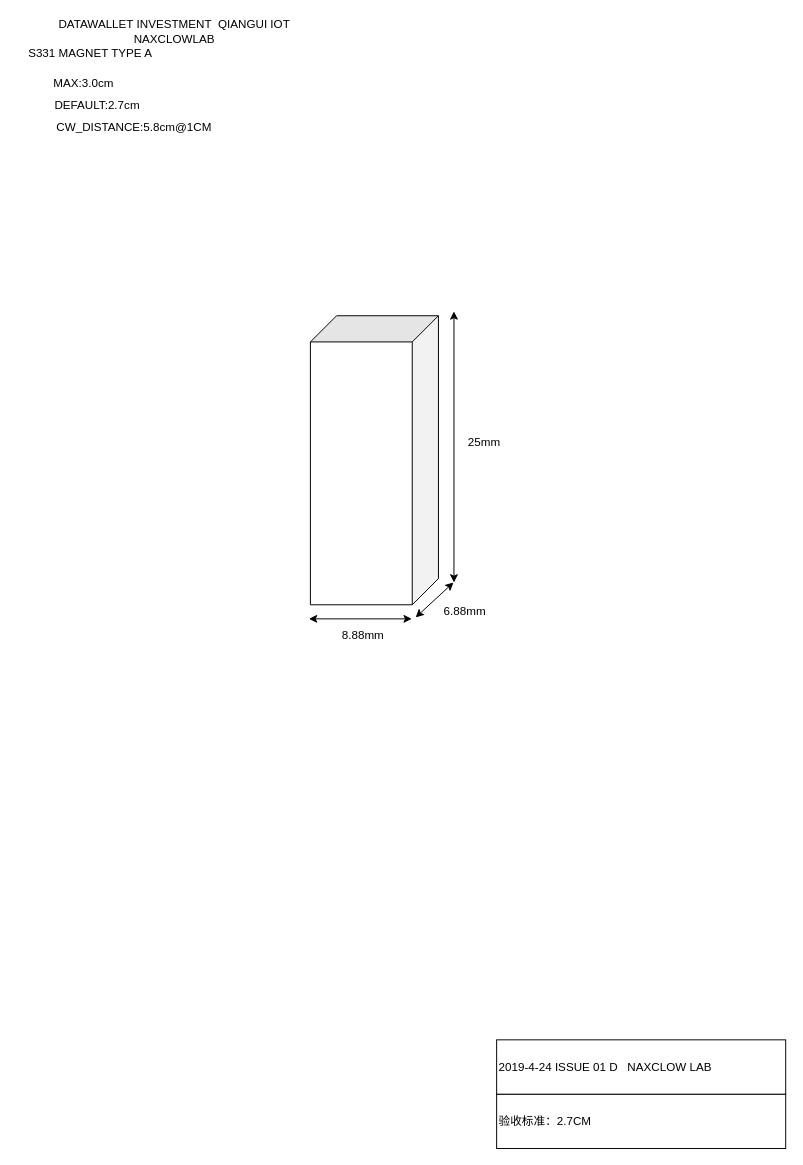
svija/pubsub keeps this draw.io diagram as S331_MAGNET.drawio. Above is the earlier version. Source tidied: cells renumbered, new cells numbered last; positions are measured from the earlier drawing's top-left corner, leaving out a move shared by most shapes. Both pictures are drawn from the tidied source at 97%, with x=0, y=0 at pixel (16, 26).
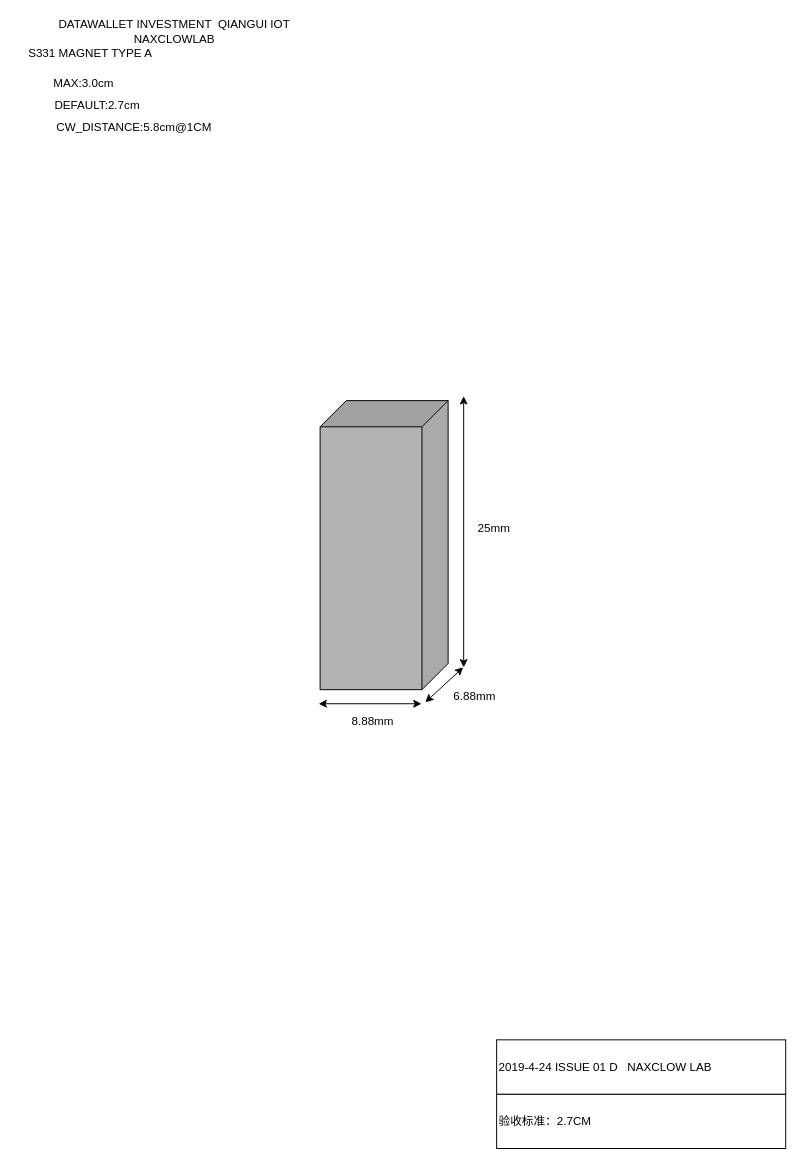
The same page after the edit.

The edit, as a diff of the source:
```diff
@@
 <mxGraphModel background="#ffffff">
   <root>
     <mxCell id="0" />
     <mxCell id="1" parent="0" />
-    <mxCell id="2" style="shape=cube;whiteSpace=wrap;html=1;boundedLbl=1;backgroundOutline=1;darkOpacity=0.05;darkOpacity2=0.1;rotation=90;size=27;" parent="1" vertex="1">
-      <mxGeometry x="219.5" y="381" width="298" height="132" as="geometry" />
+    <mxCell id="2" style="shape=cube;whiteSpace=wrap;html=1;boundedLbl=1;backgroundOutline=1;darkOpacity=0.05;darkOpacity2=0.1;rotation=90;size=27;strokeColor=#000000;fillColor=#B3B3B3;" parent="1" vertex="1">
+      <mxGeometry x="229.5" y="468.5" width="298" height="132" as="geometry" />
     </mxCell>
     <mxCell id="3" style="endArrow=classic;startArrow=classic;html=1;" parent="1" edge="1">
       <mxGeometry relative="1" as="geometry">
-        <mxPoint x="301" y="610.5" as="sourcePoint" />
-        <mxPoint x="407" y="610.5" as="targetPoint" />
+        <mxPoint x="311" y="698" as="sourcePoint" />
+        <mxPoint x="417" y="698" as="targetPoint" />
       </mxGeometry>
     </mxCell>
     <mxCell id="4" style="endArrow=classic;startArrow=classic;html=1;" parent="1" edge="1">
       <mxGeometry relative="1" as="geometry">
-        <mxPoint x="411" y="609" as="sourcePoint" />
-        <mxPoint x="450" y="573" as="targetPoint" />
+        <mxPoint x="421" y="696.5" as="sourcePoint" />
+        <mxPoint x="460" y="660.5" as="targetPoint" />
       </mxGeometry>
     </mxCell>
     <mxCell id="5" style="endArrow=classic;startArrow=classic;html=1;" parent="1" edge="1">
       <mxGeometry relative="1" as="geometry">
-        <mxPoint x="450.5" y="573" as="sourcePoint" />
-        <mxPoint x="450.5" y="293.5" as="targetPoint" />
+        <mxPoint x="460.5" y="660.5" as="sourcePoint" />
+        <mxPoint x="460.5" y="381" as="targetPoint" />
       </mxGeometry>
     </mxCell>
     <mxCell id="6" value="8.88mm" style="text;html=1;strokeColor=none;fillColor=none;align=center;verticalAlign=middle;whiteSpace=wrap;rounded=0;" parent="1" vertex="1">
-      <mxGeometry x="336.5" y="618" width="40" height="20" as="geometry" />
+      <mxGeometry x="346.5" y="705.5" width="40" height="20" as="geometry" />
     </mxCell>
     <mxCell id="7" value="6.88mm" style="text;html=1;strokeColor=none;fillColor=none;align=center;verticalAlign=middle;whiteSpace=wrap;rounded=0;" parent="1" vertex="1">
-      <mxGeometry x="442" y="593" width="40" height="20" as="geometry" />
+      <mxGeometry x="452" y="680.5" width="40" height="20" as="geometry" />
     </mxCell>
     <mxCell id="8" value="25mm" style="text;html=1;strokeColor=none;fillColor=none;align=center;verticalAlign=middle;whiteSpace=wrap;rounded=0;" parent="1" vertex="1">
-      <mxGeometry x="462" y="419" width="40" height="20" as="geometry" />
+      <mxGeometry x="472" y="506.5" width="40" height="20" as="geometry" />
     </mxCell>
     <mxCell id="9" value="DATAWALLET INVESTMENT&amp;nbsp; QIANGUI IOT NAXCLOWLAB" style="text;html=1;strokeColor=none;fillColor=none;align=center;verticalAlign=middle;whiteSpace=wrap;rounded=0;" parent="1" vertex="1">
       <mxGeometry x="-0.5" y="0.5" width="325" height="8" as="geometry" />
     </mxCell>
     <mxCell id="10" value="S331 MAGNET TYPE A" style="text;html=1;strokeColor=none;fillColor=none;align=left;verticalAlign=middle;whiteSpace=wrap;rounded=0;" parent="1" vertex="1">
       <mxGeometry x="9.5" y="24" width="325" height="8" as="geometry" />
     </mxCell>
     <mxCell id="11" value="MAX:3.0cm" style="text;html=1;strokeColor=none;fillColor=none;align=center;verticalAlign=middle;whiteSpace=wrap;rounded=0;" parent="1" vertex="1">
       <mxGeometry x="9.5" y="47.5" width="118" height="23" as="geometry" />
     </mxCell>
     <mxCell id="12" value="DEFAULT:2.7cm" style="text;html=1;strokeColor=none;fillColor=none;align=center;verticalAlign=middle;whiteSpace=wrap;rounded=0;" parent="1" vertex="1">
       <mxGeometry x="23.5" y="69" width="118" height="23" as="geometry" />
     </mxCell>
     <mxCell id="13" value="CW_DISTANCE:5.8cm@1CM" style="text;html=1;strokeColor=none;fillColor=none;align=center;verticalAlign=middle;whiteSpace=wrap;rounded=0;" parent="1" vertex="1">
       <mxGeometry x="36.5" y="92.5" width="168" height="23" as="geometry" />
     </mxCell>
     <mxCell id="14" value="验收标准：2.7CM&amp;nbsp;" style="rounded=0;whiteSpace=wrap;html=1;align=left;" parent="1" vertex="1">
       <mxGeometry x="494.5" y="1100.5" width="298" height="56" as="geometry" />
     </mxCell>
     <mxCell id="15" value="2019-4-24 ISSUE 01 D&amp;nbsp; &amp;nbsp;NAXCLOW LAB" style="rounded=0;whiteSpace=wrap;html=1;align=left;" parent="1" vertex="1">
       <mxGeometry x="494.5" y="1044.5" width="298" height="56" as="geometry" />
     </mxCell>
   </root>
 </mxGraphModel>
```
